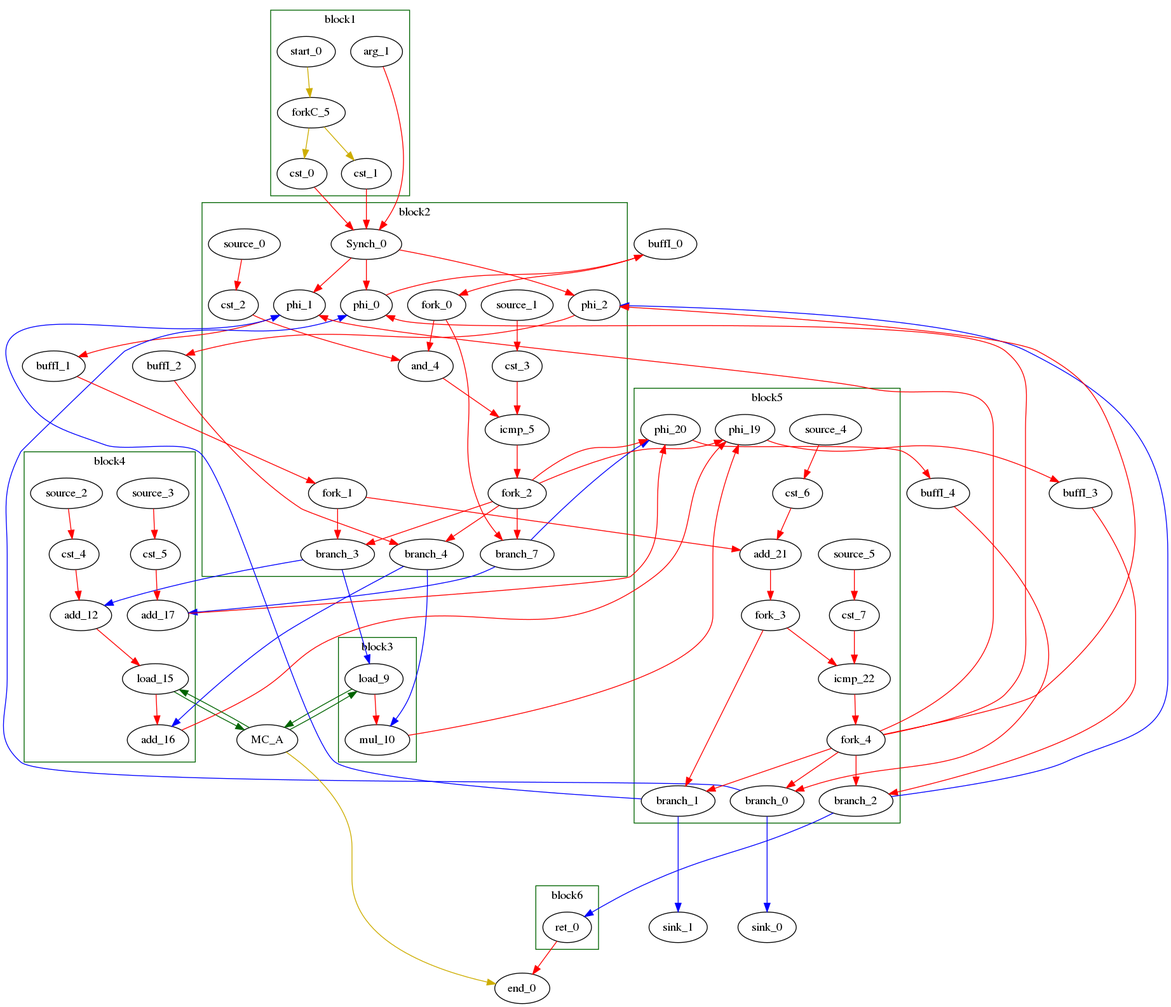
radigianluca/tagged-token-delivery keeps this Graphviz diagram as Regression_test/examples/fir/reports/fir.png. Above is the earlier version. Its source is kept beside it as Regression_test/examples/fir/reports/fir.dot.
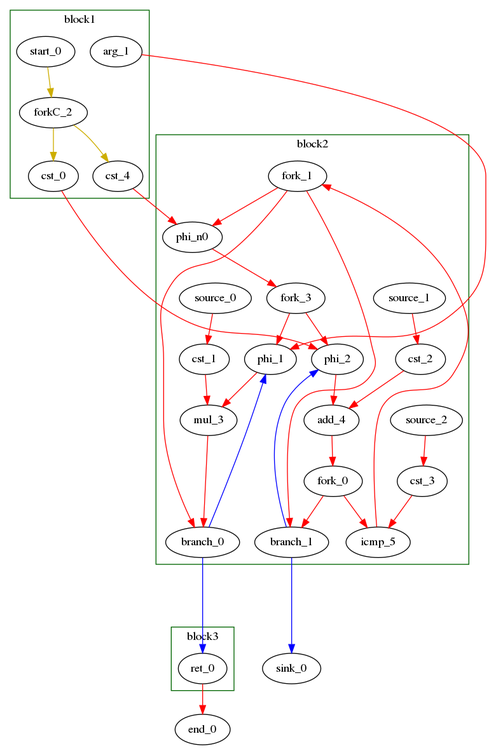
The same file after the commit.

What changed in the source:
```diff
@@ -5,167 +5,74 @@
 	color = "darkgreen";
 		label = "block1";
 		"arg_1" [type = "Entry", bbID= 1, in = "in1:32", out = "out1:32"];
-		"cst_0" [type = "Constant", bbID= 1, in = "in1:32", out = "out1:32", value = "0x00000002"];
-		"cst_1" [type = "Constant", bbID= 1, in = "in1:32", out = "out1:32", value = "0x00000001"];
+		"cst_0" [type = "Constant", bbID= 1, in = "in1:32", out = "out1:32", value = "0x00000000"];
 		"start_0" [type = "Entry", control= "true", bbID= 1, in = "in1:0", out = "out1:0"];
-		"forkC_5" [type = "Fork", bbID= 1, in = "in1:0", out = "out1:0 out2:0 "];
+		"cst_4" [type = "Constant", bbID= 1, in = "in1:32", out = "out1:32", value = "0x00000001"];
+		"forkC_2" [type = "Fork", bbID= 1, in = "in1:0", out = "out1:0 out2:0 "];
 
 	}
 
 	subgraph cluster_1 {
 	color = "darkgreen";
 		label = "block2";
-		"phi_0" [type = "LoopMux", bbID= 2, in = "in1?:1 in2:32 in3:32 ", out = "out1:32", delay=0.366];
-		"phi_1" [type = "LoopMux", bbID= 2, in = "in1?:1 in2:32 in3:32 ", out = "out1:32", delay=0.366];
-		"phi_2" [type = "LoopMux", bbID= 2, in = "in1?:1 in2:32 in3:32 ", out = "out1:32", delay=0.366];
+		"phi_1" [type = "Mux", bbID= 2, in = "in1?:1 in2:32 in3:32 ", out = "out1:32", delay=0.366];
+		"phi_2" [type = "Mux", bbID= 2, in = "in1?:1 in2:32 in3:32 ", out = "out1:32", delay=0.366];
+		"cst_1" [type = "Constant", bbID= 2, in = "in1:32", out = "out1:32", value = "0x00000005"];
+		"mul_3" [type = "Operator", bbID= 2, op = "mul_op", in = "in1:32 in2:32 ", out = "out1:32 ", delay=0.000, latency=4, II=1];
 		"cst_2" [type = "Constant", bbID= 2, in = "in1:32", out = "out1:32", value = "0x00000001"];
-		"and_4" [type = "Operator", bbID= 2, op = "and_op", in = "in1:32 in2:32 ", out = "out1:32 ", delay=0.000, latency=0, II=1];
-		"cst_3" [type = "Constant", bbID= 2, in = "in1:32", out = "out1:32", value = "0x00000000"];
-		"icmp_5" [type = "Operator", bbID= 2, op = "icmp_eq_op", in = "in1:32 in2:32 ", out = "out1:1 ", delay=1.530, latency=0, II=1];
+		"add_4" [type = "Operator", bbID= 2, op = "add_op", in = "in1:32 in2:32 ", out = "out1:32 ", delay=1.693, latency=0, II=1];
+		"cst_3" [type = "Constant", bbID= 2, in = "in1:32", out = "out1:32", value = "0x00000003"];
+		"icmp_5" [type = "Operator", bbID= 2, op = "icmp_ult_op", in = "in1:32 in2:32 ", out = "out1:1 ", delay=1.530, latency=0, II=1];
 		"source_0" [type = "Source", bbID= 2, out = "out1:0"];
 		"source_1" [type = "Source", bbID= 2, out = "out1:0"];
-		"branch_3" [type = "Branch", bbID= 2,  in = "in1:32 in2?:1", out = "out1+:32 out2-:32"];
-		"branch_4" [type = "Branch", bbID= 2,  in = "in1:32 in2?:1", out = "out1+:32 out2-:32"];
-		"branch_7" [type = "Branch", bbID= 2,  in = "in1:32 in2?:1*i", out = "out1+:32 out2-:32"];
-		"Synch_0" [type = "Synch", bbID= 2, in = " in1:32 in2:32 in3:32", out = " out1:32 out2:32 out3:32"];
+		"source_2" [type = "Source", bbID= 2, out = "out1:0"];
+		"branch_0" [type = "Branch", bbID= 2,  in = "in1:32 in2?:1*i", out = "out1+:32 out2-:32"];
+		"phi_n0" [type = "Merge", bbID= 2, in = "in1:32 in2:32*i ", out = "out1:32", delay=0.366];
+		"branch_1" [type = "Branch", bbID= 2,  in = "in1:32 in2?:1*i", out = "out1+:32 out2-:32"];
 		"fork_0" [type = "Fork", bbID= 2, in = "in1:32", out = "out1:32 out2:32 "];
-		"fork_1" [type = "Fork", bbID= 2, in = "in1:32", out = "out1:32 out2:32 "];
-		"fork_2" [type = "Fork", bbID= 2, in = "in1:32", out = "out1:32 out2:32 out3:32 out4:32 out5:32 "];
+		"fork_1" [type = "Fork", bbID= 2, in = "in1:32", out = "out1:32 out2:32 out3:32 "];
+		"fork_3" [type = "Fork", bbID= 2, in = "in1:32", out = "out1:32 out2:32 "];
 
 	}
 
 	subgraph cluster_2 {
 	color = "darkgreen";
 		label = "block3";
-		"load_9" [type = "Operator", bbID= 3, op = "mc_load_op",bbID= 3, portId= 0, offset= 0, in = "in1:32 in2:32", out = "out1:32 out2:32 ", delay=0.000, latency=2, II=1];
-		"mul_10" [type = "Operator", bbID= 3, op = "mul_op", in = "in1:32 in2:32 ", out = "out1:32 ", delay=0.000, latency=4, II=1];
+		"ret_0" [type = "Operator", bbID= 3, op = "ret_op", in = "in1:32 ", out = "out1:32 ", delay=0.000, latency=0, II=1];
 
 	}
+	"sink_0" [type = "Sink", bbID= 0, in = "in1:32"];
+	"end_0" [type = "Exit", bbID= 0, in = "in1:32 ", out = "out1:32"];
 
-	subgraph cluster_3 {
-	color = "darkgreen";
-		label = "block4";
-		"cst_4" [type = "Constant", bbID= 4, in = "in1:32", out = "out1:32", value = "0xFFFFFFFF"];
-		"add_12" [type = "Operator", bbID= 4, op = "add_op", in = "in1:32 in2:32 ", out = "out1:32 ", delay=1.693, latency=0, II=1];
-		"load_15" [type = "Operator", bbID= 4, op = "mc_load_op",bbID= 4, portId= 1, offset= 0, in = "in1:32 in2:32", out = "out1:32 out2:32 ", delay=0.000, latency=2, II=1];
-		"add_16" [type = "Operator", bbID= 4, op = "add_op", in = "in1:32 in2:32 ", out = "out1:32 ", delay=1.693, latency=0, II=1];
-		"cst_5" [type = "Constant", bbID= 4, in = "in1:32", out = "out1:32", value = "0x00000001"];
-		"add_17" [type = "Operator", bbID= 4, op = "add_op", in = "in1:32 in2:32 ", out = "out1:32 ", delay=1.693, latency=0, II=1];
-		"source_2" [type = "Source", bbID= 4, out = "out1:0"];
-		"source_3" [type = "Source", bbID= 4, out = "out1:0"];
-
-	}
-
-	subgraph cluster_4 {
-	color = "darkgreen";
-		label = "block5";
-		"phi_19" [type = "Mux", bbID= 5, in = "in1?:1 in2:32 in3:32 ", out = "out1:32", delay=0.366];
-		"phi_20" [type = "Mux", bbID= 5, in = "in1?:1 in2:32 in3:32 ", out = "out1:32", delay=0.366];
-		"cst_6" [type = "Constant", bbID= 5, in = "in1:32", out = "out1:32", value = "0x00000001"];
-		"add_21" [type = "Operator", bbID= 5, op = "add_op", in = "in1:32 in2:32 ", out = "out1:32 ", delay=1.693, latency=0, II=1];
-		"cst_7" [type = "Constant", bbID= 5, in = "in1:32", out = "out1:32", value = "0x0000000A"];
-		"icmp_22" [type = "Operator", bbID= 5, op = "icmp_ult_op", in = "in1:32 in2:32 ", out = "out1:1 ", delay=1.530, latency=0, II=1];
-		"source_4" [type = "Source", bbID= 5, out = "out1:0"];
-		"source_5" [type = "Source", bbID= 5, out = "out1:0"];
-		"branch_0" [type = "Branch", bbID= 5,  in = "in1:32 in2?:1*i", out = "out1+:32 out2-:32"];
-		"branch_1" [type = "Branch", bbID= 5,  in = "in1:32 in2?:1*i", out = "out1+:32 out2-:32"];
-		"branch_2" [type = "Branch", bbID= 5,  in = "in1:32 in2?:1*i", out = "out1+:32 out2-:32"];
-		"fork_3" [type = "Fork", bbID= 5, in = "in1:32", out = "out1:32 out2:32 "];
-		"fork_4" [type = "Fork", bbID= 5, in = "in1:32", out = "out1:32 out2:32 out3:32 out4:32 out5:32 out6:32 "];
-
-	}
-
-	subgraph cluster_5 {
-	color = "darkgreen";
-		label = "block6";
-		"ret_0" [type = "Operator", bbID= 6, op = "ret_op", in = "in1:32 ", out = "out1:32 ", delay=0.000, latency=0, II=1];
-
-	}
-	"MC_A" [type = "MC", bbID= 0, in = "in1:32*l0a in2:32*l1a ", out = "out1:32*l0d out2:32*l1d out3:0*e ", memory = "A", bbcount = 0, ldcount = 2, stcount = 0];
-	"sink_0" [type = "Sink", bbID= 0, in = "in1:32"];
-	"sink_1" [type = "Sink", bbID= 0, in = "in1:32"];
-	"end_0" [type = "Exit", bbID= 0, in = "in1:0*e in2:32 ", out = "out1:32"];
-	"buffI_0" [type = "Buffer", bbID= 0, in = "in1:32", out = "out1:32"];
-	"buffI_1" [type = "Buffer", bbID= 0, in = "in1:32", out = "out1:32"];
-	"buffI_2" [type = "Buffer", bbID= 0, in = "in1:32", out = "out1:32"];
-	"buffI_3" [type = "Buffer", bbID= 0, in = "in1:32", out = "out1:32"];
-	"buffI_4" [type = "Buffer", bbID= 0, in = "in1:32", out = "out1:32"];
-
-	"load_9" -> "MC_A" [color = "darkgreen", mem_address = "true", from = "out2", to = "in1"];
-	"MC_A" -> "load_9" [color = "darkgreen", mem_address = "false", from = "out1", to = "in1"];
-	"load_15" -> "MC_A" [color = "darkgreen", mem_address = "true", from = "out2", to = "in2"];
-	"MC_A" -> "load_15" [color = "darkgreen", mem_address = "false", from = "out2", to = "in1"];
-	"MC_A" -> "end_0" [color = "gold3", from = "out3", to = "in1"];
-	"arg_1" -> "Synch_0" [color = "red", from = "out1", to = "in1"];
-	"phi_0" -> "buffI_0" [color = "red", from = "out1", to = "in1"];
-	"cst_0" -> "Synch_0" [color = "red", from = "out1", to = "in2"];
-	"phi_1" -> "buffI_1" [color = "red", from = "out1", to = "in1"];
-	"cst_1" -> "Synch_0" [color = "red", from = "out1", to = "in3"];
-	"phi_2" -> "buffI_2" [color = "red", from = "out1", to = "in1"];
-	"cst_2" -> "and_4" [color = "red", from = "out1", to = "in2"];
-	"and_4" -> "icmp_5" [color = "red", from = "out1", to = "in1"];
+	"arg_1" -> "phi_1" [color = "red", from = "out1", to = "in3"];
+	"phi_1" -> "mul_3" [color = "red", from = "out1", to = "in1"];
+	"cst_0" -> "phi_2" [color = "red", from = "out1", to = "in3"];
+	"phi_2" -> "add_4" [color = "red", from = "out1", to = "in1"];
+	"cst_1" -> "mul_3" [color = "red", from = "out1", to = "in2"];
+	"mul_3" -> "branch_0" [color = "red", from = "out1", to = "in1"];
+	"cst_2" -> "add_4" [color = "red", from = "out1", to = "in2"];
+	"add_4" -> "fork_0" [color = "red", from = "out1", to = "in1"];
 	"cst_3" -> "icmp_5" [color = "red", from = "out1", to = "in2"];
-	"icmp_5" -> "fork_2" [color = "red", from = "out1", to = "in1"];
-	"load_9" -> "mul_10" [color = "red", from = "out1", to = "in2"];
-	"mul_10" -> "phi_19" [color = "red", from = "out1", to = "in2"];
-	"cst_4" -> "add_12" [color = "red", from = "out1", to = "in2"];
-	"add_12" -> "load_15" [color = "red", from = "out1", to = "in2"];
-	"load_15" -> "add_16" [color = "red", from = "out1", to = "in2"];
-	"add_16" -> "phi_19" [color = "red", from = "out1", to = "in3"];
-	"cst_5" -> "add_17" [color = "red", from = "out1", to = "in2"];
-	"add_17" -> "phi_20" [color = "red", from = "out1", to = "in3"];
-	"phi_19" -> "buffI_3" [color = "red", from = "out1", to = "in1"];
-	"phi_20" -> "buffI_4" [color = "red", from = "out1", to = "in1"];
-	"cst_6" -> "add_21" [color = "red", from = "out1", to = "in2"];
-	"add_21" -> "fork_3" [color = "red", from = "out1", to = "in1"];
-	"cst_7" -> "icmp_22" [color = "red", from = "out1", to = "in2"];
-	"icmp_22" -> "fork_4" [color = "red", from = "out1", to = "in1"];
-	"ret_0" -> "end_0" [color = "red", from = "out1", to = "in2"];
-	"source_0" -> "cst_2" [color = "red", from = "out1", to = "in1"];
-	"source_1" -> "cst_3" [color = "red", from = "out1", to = "in1"];
-	"source_2" -> "cst_4" [color = "red", from = "out1", to = "in1"];
-	"source_3" -> "cst_5" [color = "red", from = "out1", to = "in1"];
-	"source_4" -> "cst_6" [color = "red", from = "out1", to = "in1"];
-	"source_5" -> "cst_7" [color = "red", from = "out1", to = "in1"];
-	"start_0" -> "forkC_5" [color = "gold3", from = "out1", to = "in1"];
-	"branch_0" -> "sink_0" [color = "blue", minlen = 3, from = "out1", to = "in1"];
-	"branch_0" -> "phi_0" [color = "blue", minlen = 3, from = "out2", to = "in3"];
-	"branch_1" -> "sink_1" [color = "blue", minlen = 3, from = "out1", to = "in1"];
-	"branch_1" -> "phi_1" [color = "blue", minlen = 3, from = "out2", to = "in3"];
-	"branch_2" -> "ret_0" [color = "blue", minlen = 3, from = "out1", to = "in1"];
-	"branch_2" -> "phi_2" [color = "blue", minlen = 3, from = "out2", to = "in3"];
-	"branch_3" -> "add_12" [color = "blue", minlen = 3, from = "out1", to = "in1"];
-	"branch_3" -> "load_9" [color = "blue", minlen = 3, from = "out2", to = "in2"];
-	"branch_4" -> "add_16" [color = "blue", minlen = 3, from = "out1", to = "in1"];
-	"branch_4" -> "mul_10" [color = "blue", minlen = 3, from = "out2", to = "in1"];
-	"branch_7" -> "phi_20" [color = "blue", minlen = 3, from = "out1", to = "in2"];
-	"branch_7" -> "add_17" [color = "blue", minlen = 3, from = "out2", to = "in1"];
-	"Synch_0" -> "phi_0" [color = "red", from = "out1", to = "in2"];
-	"Synch_0" -> "phi_1" [color = "red", from = "out2", to = "in2"];
-	"Synch_0" -> "phi_2" [color = "red", from = "out3", to = "in2"];
-	"fork_0" -> "and_4" [color = "red", from = "out1", to = "in1"];
-	"fork_0" -> "branch_7" [color = "red", from = "out2", to = "in1"];
-	"fork_1" -> "add_21" [color = "red", from = "out1", to = "in1"];
-	"fork_1" -> "branch_3" [color = "red", from = "out2", to = "in1"];
-	"fork_2" -> "branch_3" [color = "red", from = "out1", to = "in2"];
-	"fork_2" -> "branch_4" [color = "red", from = "out2", to = "in2"];
-	"fork_2" -> "branch_7" [color = "red", from = "out3", to = "in2"];
-	"fork_2" -> "phi_19" [color = "red", from = "out4", to = "in1"];
-	"fork_2" -> "phi_20" [color = "red", from = "out5", to = "in1"];
-	"fork_3" -> "icmp_22" [color = "red", from = "out1", to = "in1"];
-	"fork_3" -> "branch_1" [color = "red", from = "out2", to = "in1"];
-	"fork_4" -> "branch_0" [color = "red", from = "out1", to = "in2"];
-	"fork_4" -> "branch_1" [color = "red", from = "out2", to = "in2"];
-	"fork_4" -> "branch_2" [color = "red", from = "out3", to = "in2"];
-	"fork_4" -> "phi_0" [color = "red", from = "out4", to = "in1"];
-	"fork_4" -> "phi_1" [color = "red", from = "out5", to = "in1"];
-	"fork_4" -> "phi_2" [color = "red", from = "out6", to = "in1"];
-	"forkC_5" -> "cst_0" [color = "gold3", from = "out1", to = "in1"];
-	"forkC_5" -> "cst_1" [color = "gold3", from = "out2", to = "in1"];
-	"buffI_0" -> "fork_0" [color = "red", from = "out1", to = "in1"];
-	"buffI_1" -> "fork_1" [color = "red", from = "out1", to = "in1"];
-	"buffI_2" -> "branch_4" [color = "red", from = "out1", to = "in1"];
-	"buffI_3" -> "branch_2" [color = "red", from = "out1", to = "in1"];
-	"buffI_4" -> "branch_0" [color = "red", from = "out1", to = "in1"];
+	"icmp_5" -> "fork_1" [color = "red", from = "out1", to = "in1"];
+	"ret_0" -> "end_0" [color = "red", from = "out1", to = "in1"];
+	"source_0" -> "cst_1" [color = "red", from = "out1", to = "in1"];
+	"source_1" -> "cst_2" [color = "red", from = "out1", to = "in1"];
+	"source_2" -> "cst_3" [color = "red", from = "out1", to = "in1"];
+	"start_0" -> "forkC_2" [color = "gold3", from = "out1", to = "in1"];
+	"branch_0" -> "ret_0" [color = "blue", minlen = 3, from = "out1", to = "in1"];
+	"branch_0" -> "phi_1" [color = "blue", minlen = 3, from = "out2", to = "in2"];
+	"phi_n0" -> "fork_3" [color = "red", from = "out1", to = "in1"];
+	"cst_4" -> "phi_n0" [color = "red", from = "out1", to = "in1"];
+	"branch_1" -> "sink_0" [color = "blue", minlen = 3, from = "out1", to = "in1"];
+	"branch_1" -> "phi_2" [color = "blue", minlen = 3, from = "out2", to = "in2"];
+	"fork_0" -> "icmp_5" [color = "red", from = "out1", to = "in1"];
+	"fork_0" -> "branch_1" [color = "red", from = "out2", to = "in1"];
+	"fork_1" -> "branch_0" [color = "red", from = "out1", to = "in2"];
+	"fork_1" -> "phi_n0" [color = "red", from = "out2", to = "in2"];
+	"fork_1" -> "branch_1" [color = "red", from = "out3", to = "in2"];
+	"forkC_2" -> "cst_0" [color = "gold3", from = "out1", to = "in1"];
+	"forkC_2" -> "cst_4" [color = "gold3", from = "out2", to = "in1"];
+	"fork_3" -> "phi_1" [color = "red", from = "out1", to = "in1"];
+	"fork_3" -> "phi_2" [color = "red", from = "out2", to = "in1"];
 
 }
```
